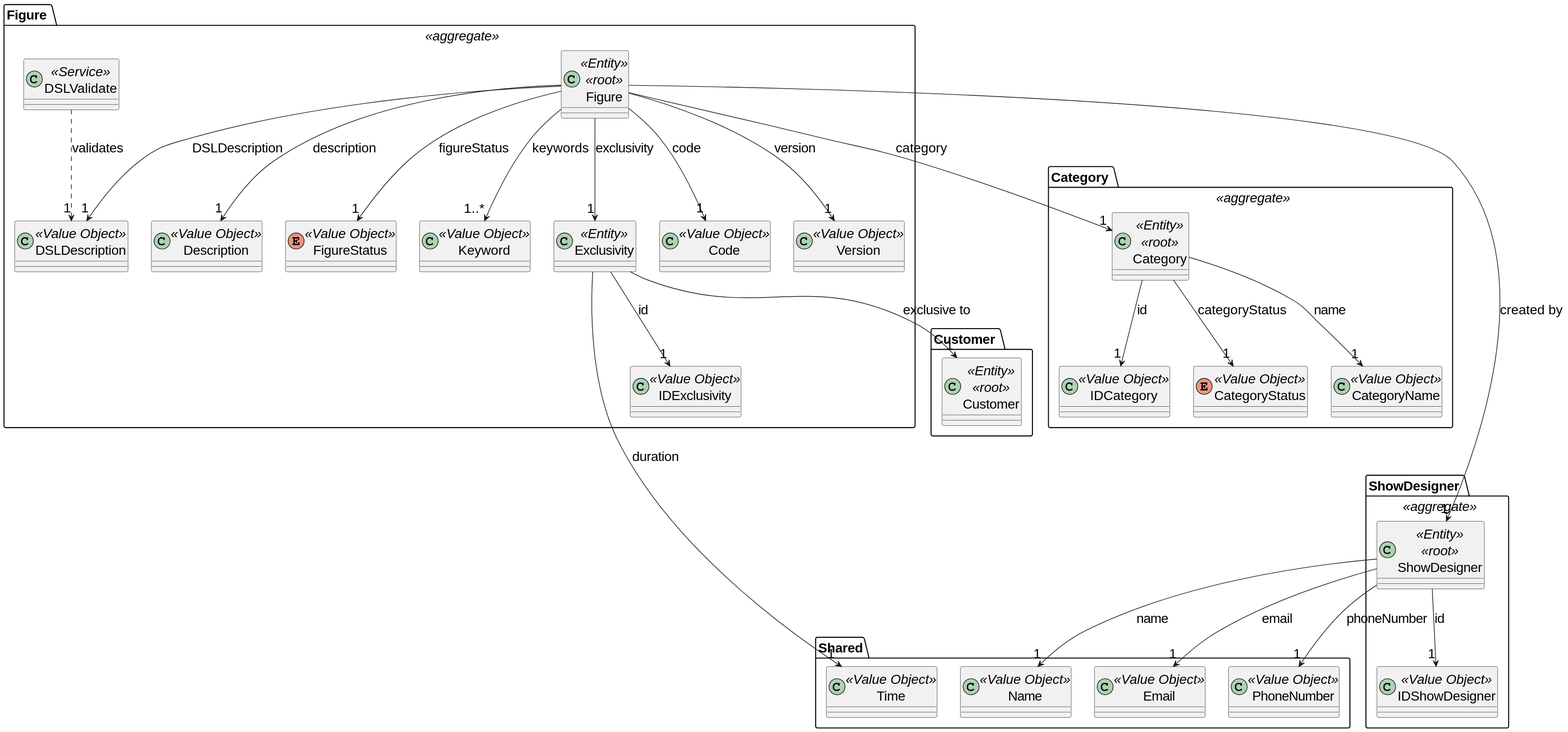
Before: docs/global_artifacts/analysis/images/domain_model_figure.svg, a diagram exported from PlantUML (diogoveirospro/sem4pi-2024-2025-sem4pi_2024_2025_g44).
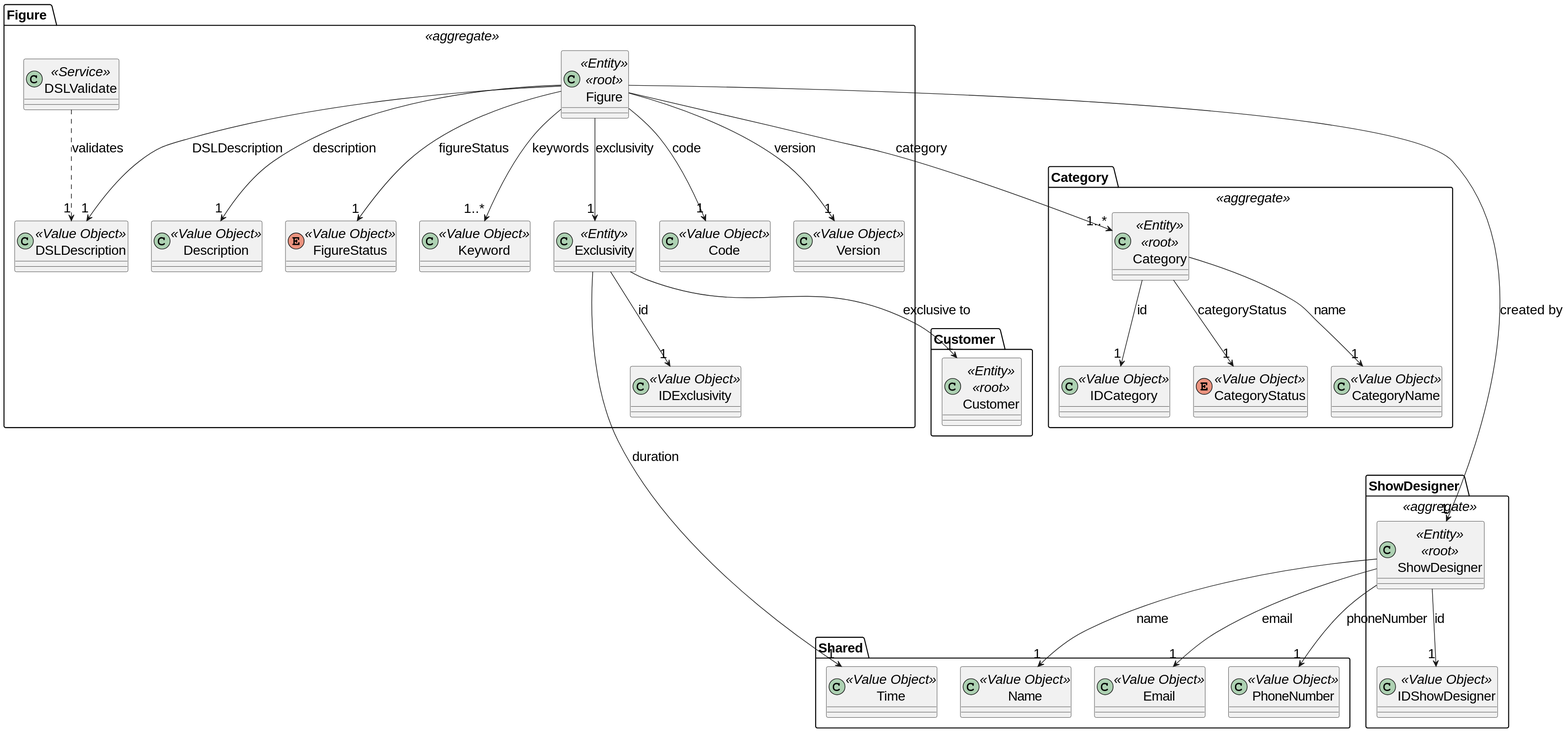
The same file after the commit.

Change to the diagram source:
```diff
@@ -72,7 +72,7 @@
     Category --> "1" CategoryStatus: categoryStatus
     Category --> "1" CategoryName: name
 
-    Figure --> "1" Category: category
+    Figure --> "1..*" Category: category
 }
 
 package "ShowDesigner " <<aggregate>>{
```
